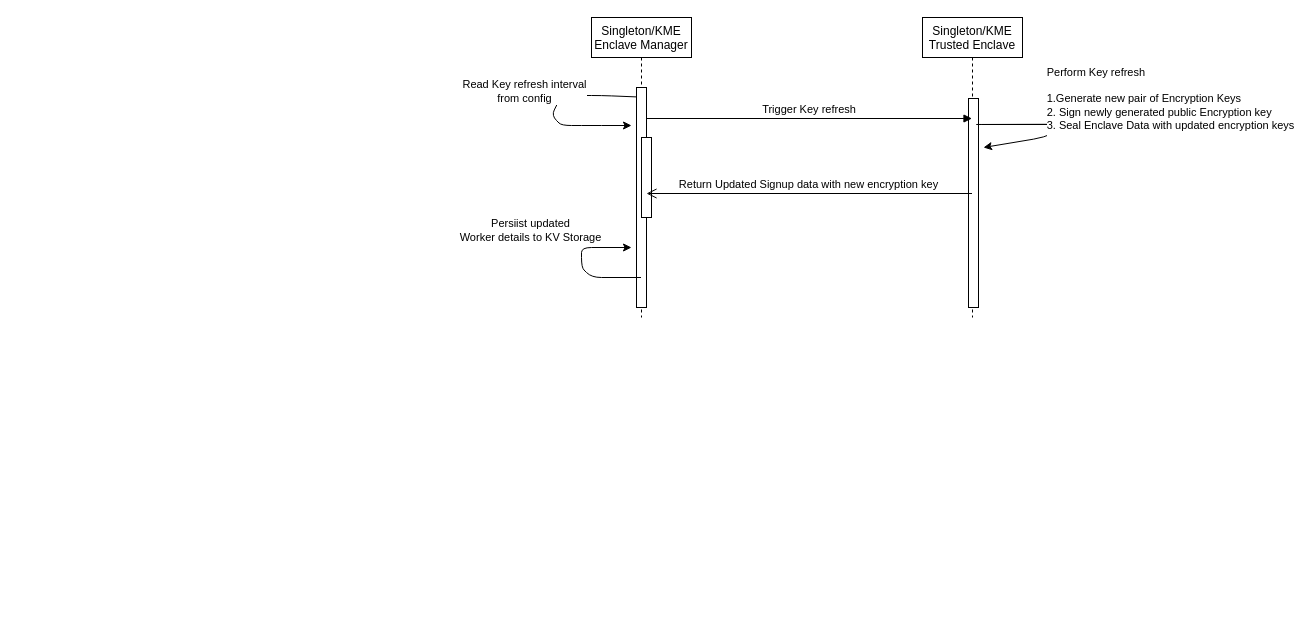
Earlier version of the draw.io diagram Untitled Diagram.drawio (manju956/trusted-compute-framework). Source tidied: cells renumbered, new cells numbered last; positions are measured from the earlier drawing's top-left corner, leaving out a move shared by most shapes. Both pictures are drawn from the tidied source at 100%, with x=0, y=0 at pixel (551, 17).
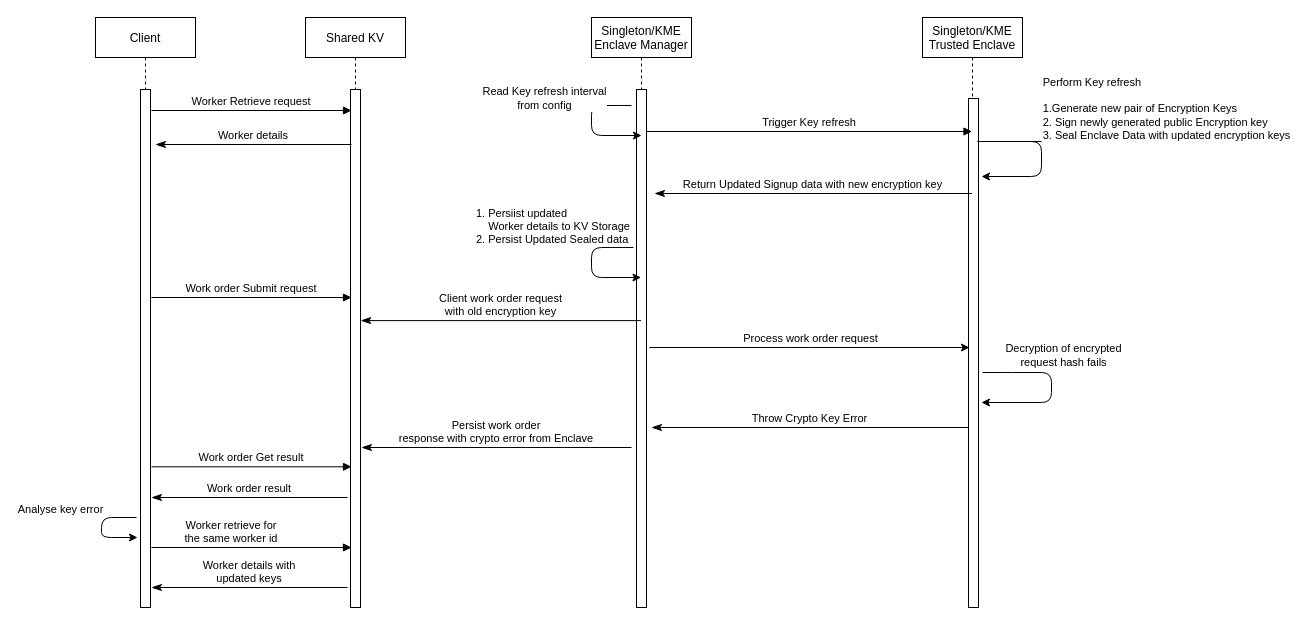
Above is the later version.

Commit message:
Worker key refresh sequence diagram

Diff of the diagram source:
```diff
@@
     <mxCell id="2" value="Singleton/KME&#10;Enclave Manager" style="shape=umlLifeline;perimeter=lifelinePerimeter;rounded=0;shadow=0;strokeWidth=1;" parent="1" vertex="1">
-      <mxGeometry x="40" width="100" height="300" as="geometry" />
+      <mxGeometry x="40" width="100" height="590" as="geometry" />
     </mxCell>
     <mxCell id="3" style="perimeter=orthogonalPerimeter;rounded=0;shadow=0;strokeWidth=1;" parent="2" vertex="1">
-      <mxGeometry x="45" y="70" width="10" height="220" as="geometry" />
+      <mxGeometry x="45" y="72" width="10" height="518" as="geometry" />
     </mxCell>
-    <mxCell id="4" style="perimeter=orthogonalPerimeter;rounded=0;shadow=0;strokeWidth=1;" parent="2" vertex="1">
-      <mxGeometry x="50" y="120" width="10" height="80" as="geometry" />
-    </mxCell>
     <mxCell id="5" value="Singleton/KME&#10;Trusted Enclave" style="shape=umlLifeline;perimeter=lifelinePerimeter;rounded=0;shadow=0;strokeWidth=1;" parent="1" vertex="1">
-      <mxGeometry x="371" width="100" height="300" as="geometry" />
+      <mxGeometry x="371" width="100" height="590" as="geometry" />
     </mxCell>
     <mxCell id="6" style="perimeter=orthogonalPerimeter;rounded=0;shadow=0;strokeWidth=1;" parent="5" vertex="1">
-      <mxGeometry x="46" y="81" width="10" height="209" as="geometry" />
+      <mxGeometry x="46" y="81" width="10" height="509" as="geometry" />
     </mxCell>
-    <mxCell id="7" value="Return Updated Signup data with new encryption key" style="verticalAlign=bottom;endArrow=open;endSize=8;shadow=0;strokeWidth=1;" parent="1" edge="1">
+    <mxCell id="7" value="Return Updated Signup data with new encryption key" style="verticalAlign=bottom;endArrow=classicThin;endSize=8;shadow=0;strokeWidth=1;endFill=1;" parent="1" edge="1" source="5">
       <mxGeometry relative="1" as="geometry">
-        <mxPoint x="420.5" y="176" as="sourcePoint" />
-        <mxPoint x="95" y="176" as="targetPoint" />
+        <mxPoint x="103" y="176" as="targetPoint" />
       </mxGeometry>
     </mxCell>
-    <mxCell id="8" value="Trigger Key refresh" style="verticalAlign=bottom;endArrow=block;shadow=0;strokeWidth=1;" parent="1" edge="1" target="5">
+    <mxCell id="8" value="Trigger Key refresh" style="verticalAlign=bottom;endArrow=block;shadow=0;strokeWidth=1;" parent="1" edge="1">
       <mxGeometry relative="1" as="geometry">
-        <mxPoint x="95" y="101" as="sourcePoint" />
+        <mxPoint x="95" y="114" as="sourcePoint" />
+        <mxPoint x="420.5" y="114" as="targetPoint" />
       </mxGeometry>
     </mxCell>
-    <mxCell id="9" style="endArrow=classic;html=1;exitX=0.447;exitY=0.238;exitDx=0;exitDy=0;exitPerimeter=0;" parent="1" edge="1">
+    <mxCell id="9" style="endArrow=classic;html=1;" parent="1" edge="1">
       <mxGeometry relative="1" as="geometry">
-        <mxPoint x="84.7" y="79.4" as="sourcePoint" />
-        <mxPoint x="80" y="108" as="targetPoint" />
+        <mxPoint x="-415" y="500" as="sourcePoint" />
+        <mxPoint x="-414" y="520" as="targetPoint" />
         <Array as="points">
-          <mxPoint x="50" y="78" />
-          <mxPoint x="10" y="78" />
-          <mxPoint y="98" />
-          <mxPoint x="10" y="108" />
-          <mxPoint x="40" y="108" />
+          <mxPoint x="-450" y="500" />
+          <mxPoint x="-450" y="520" />
         </Array>
       </mxGeometry>
     </mxCell>
-    <mxCell id="10" value="Read Key refresh interval&lt;br&gt;from config" style="edgeLabel;html=1;align=center;verticalAlign=middle;" parent="9" vertex="1">
+    <mxCell id="10" value="Analyse key error" style="edgeLabel;html=1;align=center;verticalAlign=middle;" parent="9" vertex="1">
       <mxGeometry relative="1" as="geometry">
-        <mxPoint x="-30" y="-19" as="offset" />
+        <mxPoint x="-42" y="-20" as="offset" />
       </mxGeometry>
     </mxCell>
-    <mxCell id="11" style="endArrow=classic;html=1;exitX=0.56;exitY=0.356;exitDx=0;exitDy=0;exitPerimeter=0;" parent="1" edge="1">
+    <mxCell id="11" style="endArrow=classic;html=1;" parent="1" edge="1">
       <mxGeometry relative="1" as="geometry">
-        <mxPoint x="499" y="106.8" as="sourcePoint" />
-        <mxPoint x="432" y="130" as="targetPoint" />
+        <mxPoint x="490" y="124" as="sourcePoint" />
+        <mxPoint x="430" y="159" as="targetPoint" />
         <Array as="points">
-          <mxPoint x="420" y="107" />
-          <mxPoint x="522" y="107" />
-          <mxPoint x="492" y="120" />
+          <mxPoint x="421" y="124" />
+          <mxPoint x="490" y="124" />
+          <mxPoint x="490" y="159" />
         </Array>
       </mxGeometry>
     </mxCell>
     <mxCell id="12" value="&lt;div style=&quot;text-align: left&quot;&gt;Perform Key refresh&lt;/div&gt;&lt;div style=&quot;text-align: left&quot;&gt;&lt;br&gt;&lt;/div&gt;&lt;div style=&quot;text-align: left&quot;&gt;1.Generate new pair of Encryption Keys&lt;/div&gt;&lt;div style=&quot;text-align: left&quot;&gt;2. Sign newly generated public Encryption key&lt;/div&gt;&lt;div style=&quot;text-align: left&quot;&gt;3. Seal Enclave Data with updated encryption keys&lt;/div&gt;&lt;div style=&quot;text-align: left&quot;&gt;&lt;br&gt;&lt;/div&gt;" style="edgeLabel;html=1;align=center;verticalAlign=middle;" parent="11" vertex="1">
       <mxGeometry relative="1" as="geometry">
-        <mxPoint x="140.4" y="-19.9" as="offset" />
+        <mxPoint x="145.4" y="-26.9" as="offset" />
       </mxGeometry>
     </mxCell>
+    <mxCell id="15" style="endArrow=classic;html=1;" parent="1" edge="1">
+      <mxGeometry relative="1" as="geometry">
+        <mxPoint x="98" y="330" as="sourcePoint" />
+        <mxPoint x="418" y="330" as="targetPoint" />
+        <Array as="points">
+          <mxPoint x="248" y="330" />
+        </Array>
+      </mxGeometry>
+    </mxCell>
+    <mxCell id="16" value="Process work order request" style="edgeLabel;html=1;align=center;verticalAlign=middle;" parent="15" vertex="1">
+      <mxGeometry relative="1" as="geometry">
+        <mxPoint y="-10" as="offset" />
+      </mxGeometry>
+    </mxCell>
+    <mxCell id="17" style="endArrow=classic;html=1;" parent="1" edge="1">
+      <mxGeometry relative="1" as="geometry">
+        <mxPoint x="431" y="355" as="sourcePoint" />
+        <mxPoint x="430" y="385" as="targetPoint" />
+        <Array as="points">
+          <mxPoint x="450" y="355" />
+          <mxPoint x="500" y="355" />
+          <mxPoint x="500" y="385" />
+        </Array>
+      </mxGeometry>
+    </mxCell>
+    <mxCell id="18" value="Decryption of encrypted&lt;br&gt;request hash fails" style="edgeLabel;html=1;align=center;verticalAlign=middle;" parent="17" vertex="1">
+      <mxGeometry relative="1" as="geometry">
+        <mxPoint x="11" y="-34" as="offset" />
+      </mxGeometry>
+    </mxCell>
+    <mxCell id="19" value="Throw Crypto Key Error" style="verticalAlign=bottom;endArrow=classicThin;endSize=8;shadow=0;strokeWidth=1;endFill=1;" parent="1" edge="1">
+      <mxGeometry relative="1" as="geometry">
+        <mxPoint x="417.5" y="410" as="sourcePoint" />
+        <mxPoint x="100" y="410" as="targetPoint" />
+      </mxGeometry>
+    </mxCell>
+    <mxCell id="20" value="Shared KV" style="shape=umlLifeline;perimeter=lifelinePerimeter;rounded=0;shadow=0;strokeWidth=1;" parent="1" vertex="1">
+      <mxGeometry x="-246" width="100" height="590" as="geometry" />
+    </mxCell>
+    <mxCell id="21" style="perimeter=orthogonalPerimeter;rounded=0;shadow=0;strokeWidth=1;" parent="20" vertex="1">
+      <mxGeometry x="45" y="72" width="10" height="518" as="geometry" />
+    </mxCell>
+    <mxCell id="22" value="Client" style="shape=umlLifeline;perimeter=lifelinePerimeter;rounded=0;shadow=0;strokeWidth=1;" parent="1" vertex="1">
+      <mxGeometry x="-456" width="100" height="590" as="geometry" />
+    </mxCell>
+    <mxCell id="23" style="perimeter=orthogonalPerimeter;rounded=0;shadow=0;strokeWidth=1;" parent="22" vertex="1">
+      <mxGeometry x="45" y="72" width="10" height="518" as="geometry" />
+    </mxCell>
+    <mxCell id="24" value="Worker details" style="verticalAlign=bottom;endArrow=classicThin;endSize=8;shadow=0;strokeWidth=1;endFill=1;" parent="1" edge="1">
+      <mxGeometry relative="1" as="geometry">
+        <mxPoint x="-200" y="127" as="sourcePoint" />
+        <mxPoint x="-396" y="127" as="targetPoint" />
+      </mxGeometry>
+    </mxCell>
+    <mxCell id="25" value="Worker Retrieve request" style="verticalAlign=bottom;endArrow=block;shadow=0;strokeWidth=1;" parent="1" edge="1">
+      <mxGeometry relative="1" as="geometry">
+        <mxPoint x="-400" y="93" as="sourcePoint" />
+        <mxPoint x="-200" y="93" as="targetPoint" />
+      </mxGeometry>
+    </mxCell>
+    <mxCell id="26" value="Work order Submit request" style="verticalAlign=bottom;endArrow=block;shadow=0;strokeWidth=1;" parent="1" edge="1">
+      <mxGeometry relative="1" as="geometry">
+        <mxPoint x="-400" y="280" as="sourcePoint" />
+        <mxPoint x="-200" y="280" as="targetPoint" />
+      </mxGeometry>
+    </mxCell>
+    <mxCell id="27" value="Client work order request&#10;with old encryption key" style="verticalAlign=bottom;endArrow=classicThin;endSize=8;shadow=0;strokeWidth=1;endFill=1;entryX=0.552;entryY=0.69;entryDx=0;entryDy=0;entryPerimeter=0;" parent="1" edge="1" source="2">
+      <mxGeometry relative="1" as="geometry">
+        <mxPoint x="-190.8" y="303.1" as="targetPoint" />
+      </mxGeometry>
+    </mxCell>
+    <mxCell id="28" value="Persist work order&#10;response with crypto error from Enclave" style="verticalAlign=bottom;endArrow=classicThin;endSize=8;shadow=0;strokeWidth=1;endFill=1;entryX=0.552;entryY=0.69;entryDx=0;entryDy=0;entryPerimeter=0;" parent="1" edge="1">
+      <mxGeometry relative="1" as="geometry">
+        <mxPoint x="80" y="430" as="sourcePoint" />
+        <mxPoint x="-190" y="430" as="targetPoint" />
+      </mxGeometry>
+    </mxCell>
+    <mxCell id="29" value="Work order Get result" style="verticalAlign=bottom;endArrow=block;shadow=0;strokeWidth=1;" parent="1" edge="1">
+      <mxGeometry relative="1" as="geometry">
+        <mxPoint x="-400" y="449.3" as="sourcePoint" />
+        <mxPoint x="-200" y="449.3" as="targetPoint" />
+      </mxGeometry>
+    </mxCell>
+    <mxCell id="30" value="Work order result" style="verticalAlign=bottom;endArrow=classicThin;endSize=8;shadow=0;strokeWidth=1;endFill=1;" parent="1" edge="1">
+      <mxGeometry relative="1" as="geometry">
+        <mxPoint x="-204" y="480" as="sourcePoint" />
+        <mxPoint x="-400" y="480" as="targetPoint" />
+      </mxGeometry>
+    </mxCell>
+    <mxCell id="31" style="endArrow=classic;html=1;" parent="1" edge="1">
+      <mxGeometry relative="1" as="geometry">
+        <mxPoint x="80" y="88" as="sourcePoint" />
+        <mxPoint x="90" y="118" as="targetPoint" />
+        <Array as="points">
+          <mxPoint x="60" y="88" />
+          <mxPoint x="40" y="88" />
+          <mxPoint x="40" y="118" />
+        </Array>
+      </mxGeometry>
+    </mxCell>
+    <mxCell id="32" value="Read Key refresh interval&lt;br&gt;from config" style="edgeLabel;html=1;align=center;verticalAlign=middle;" parent="31" vertex="1">
+      <mxGeometry relative="1" as="geometry">
+        <mxPoint x="-48" y="-28" as="offset" />
+      </mxGeometry>
+    </mxCell>
+    <mxCell id="33" value="Worker retrieve for&#10;the same worker id" style="verticalAlign=bottom;endArrow=block;shadow=0;strokeWidth=1;" parent="1" edge="1">
+      <mxGeometry x="-0.2" relative="1" as="geometry">
+        <mxPoint x="-400" y="530" as="sourcePoint" />
+        <mxPoint x="-200" y="530" as="targetPoint" />
+      </mxGeometry>
+    </mxCell>
+    <mxCell id="34" value="Worker details with&#10;updated keys" style="verticalAlign=bottom;endArrow=classicThin;endSize=8;shadow=0;strokeWidth=1;endFill=1;" parent="1" edge="1">
+      <mxGeometry relative="1" as="geometry">
+        <mxPoint x="-204" y="570" as="sourcePoint" />
+        <mxPoint x="-400" y="570" as="targetPoint" />
+      </mxGeometry>
+    </mxCell>
-    <mxCell id="13" style="endArrow=classic;html=1;" parent="1" edge="1" source="2">
+    <mxCell id="13" style="endArrow=classic;html=1;" parent="1" edge="1" target="2">
       <mxGeometry relative="1" as="geometry">
-        <mxPoint x="80" y="230" as="targetPoint" />
+        <mxPoint x="82" y="230" as="sourcePoint" />
         <Array as="points">
+          <mxPoint x="40" y="230" />
           <mxPoint x="40" y="260" />
-          <mxPoint x="30" y="250" />
-          <mxPoint x="30" y="230" />
         </Array>
       </mxGeometry>
     </mxCell>
-    <mxCell id="14" value="Persiist updated&lt;br&gt;Worker details to KV Storage" style="edgeLabel;html=1;align=center;verticalAlign=middle;" parent="13" vertex="1">
+    <mxCell id="14" value="1. Persiist updated&lt;br&gt;&amp;nbsp; &amp;nbsp; Worker details to KV Storage&lt;br&gt;2. Persist Updated Sealed data&amp;nbsp;" style="edgeLabel;html=1;align=left;verticalAlign=middle;" parent="13" vertex="1">
       <mxGeometry relative="1" as="geometry">
-        <mxPoint x="-52" y="-34" as="offset" />
+        <mxPoint x="-117" y="-41" as="offset" />
       </mxGeometry>
     </mxCell>
```
